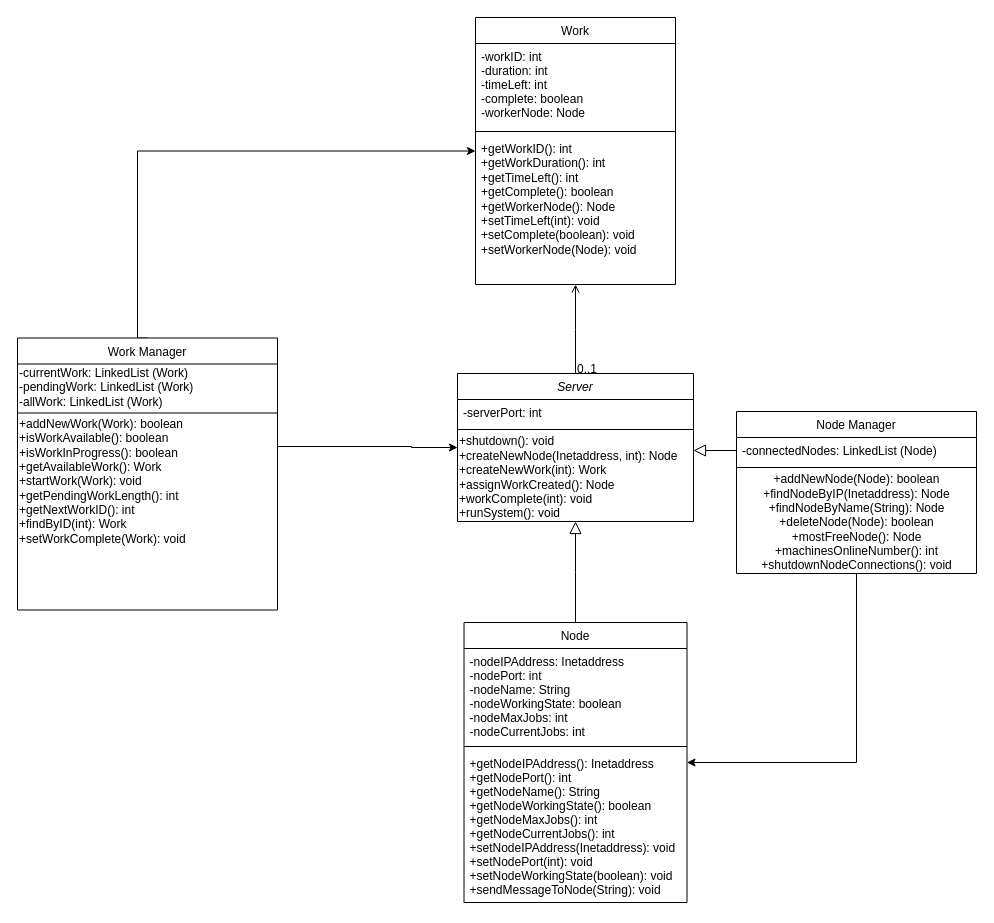
Before: Server Class Diagram.drawio in aangu5/COMP27001_Load_Balancer_Server, a draw.io diagram. Source tidied: cells renumbered, new cells numbered last; positions are measured from the earlier drawing's top-left corner, leaving out a move shared by most shapes. Both pictures are drawn from the tidied source at 100%, with x=0, y=0 at pixel (17, 17).
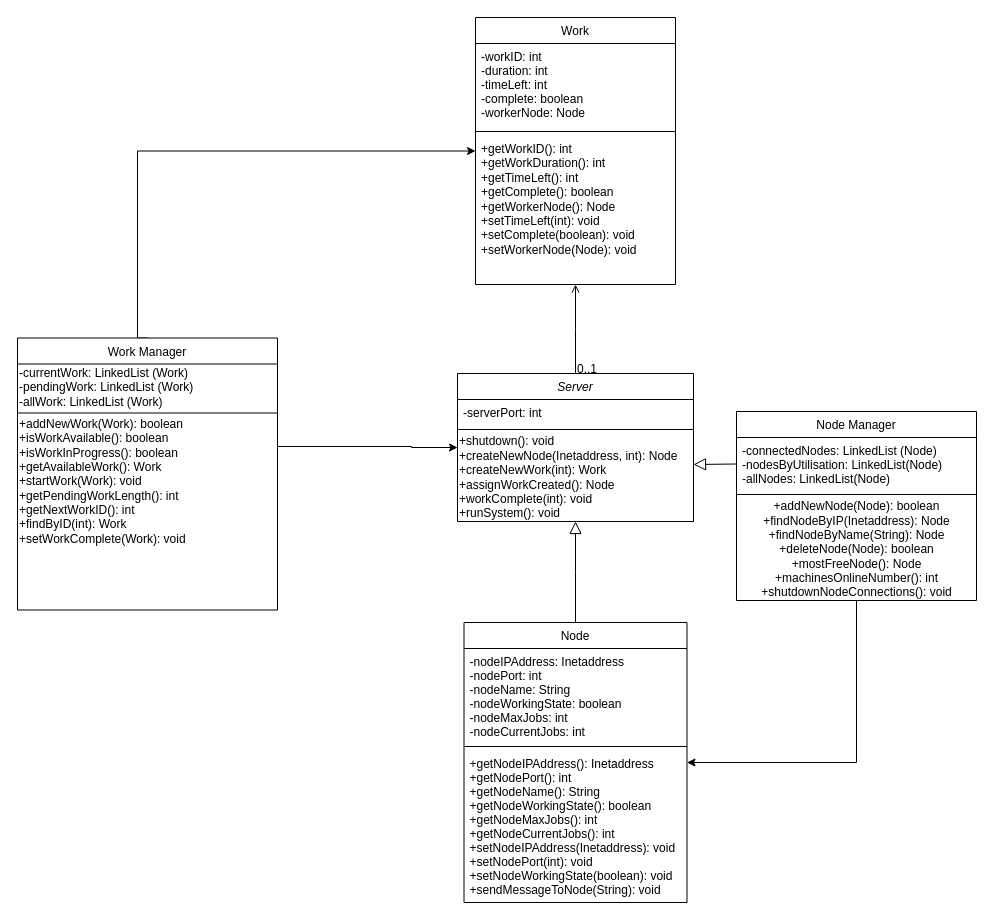
After the change.

The edit, as a diff of the source:
```diff
@@
     <mxCell id="13" value="Node Manager" style="swimlane;fontStyle=0;align=center;verticalAlign=top;horizontal=1;startSize=26;rounded=0;shadow=0;strokeWidth=1;" parent="1" vertex="1">
-      <mxGeometry x="719" y="394" width="240" height="162" as="geometry" />
+      <mxGeometry x="719" y="394" width="240" height="189" as="geometry" />
     </mxCell>
-    <mxCell id="14" value="-connectedNodes: LinkedList (Node)" style="text;align=left;verticalAlign=top;spacingLeft=4;spacingRight=4;overflow=hidden;points=[[0,0.5],[1,0.5]];portConstraint=eastwest;" parent="13" vertex="1">
-      <mxGeometry y="26" width="240" height="26" as="geometry" />
+    <mxCell id="14" value="-connectedNodes: LinkedList (Node)&#10;-nodesByUtilisation: LinkedList(Node)&#10;-allNodes: LinkedList(Node)&#10;" style="text;align=left;verticalAlign=top;spacingLeft=4;spacingRight=4;overflow=hidden;points=[[0,0.5],[1,0.5]];portConstraint=eastwest;" parent="13" vertex="1">
+      <mxGeometry y="26" width="240" height="53" as="geometry" />
     </mxCell>
     <mxCell id="15" style="line;html=1;strokeWidth=1;align=left;verticalAlign=middle;spacingTop=-1;spacingLeft=3;spacingRight=3;labelPosition=right;" parent="13" vertex="1">
-      <mxGeometry y="52" width="240" height="8" as="geometry" />
+      <mxGeometry y="79" width="240" height="8" as="geometry" />
     </mxCell>
     <mxCell id="16" value="&lt;div&gt;+addNewNode(Node): boolean&lt;/div&gt;&lt;div&gt;+findNodeByIP(Inetaddress): Node&lt;/div&gt;&lt;div&gt;+findNodeByName(String): Node&lt;/div&gt;&lt;div&gt;+deleteNode(Node): boolean&lt;/div&gt;&lt;div&gt;+mostFreeNode(): Node&lt;/div&gt;&lt;div&gt;+machinesOnlineNumber(): int&lt;/div&gt;&lt;div&gt;+shutdownNodeConnections(): void&lt;br&gt;&lt;/div&gt;" style="text;html=1;align=center;verticalAlign=middle;" parent="13" vertex="1">
-      <mxGeometry y="60" width="240" height="102" as="geometry" />
+      <mxGeometry y="87" width="240" height="102" as="geometry" />
     </mxCell>
```
